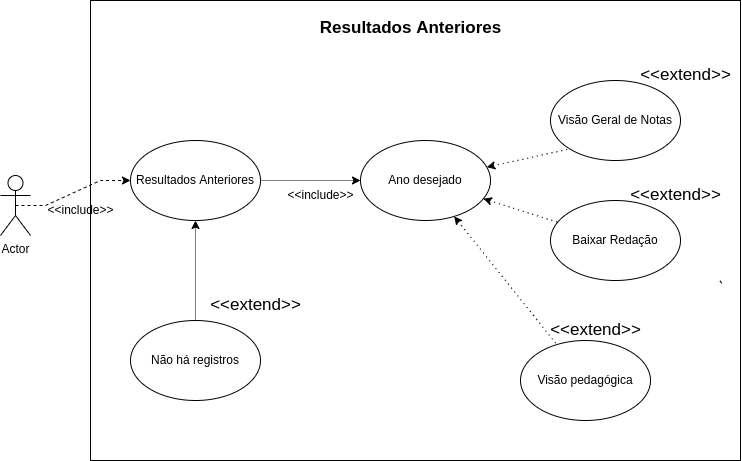
Before: docs/modelagem/img/resultado_anteriores.drawio.png, a diagram exported from draw.io (jackesfonseca/2021.2-ENEM). Source tidied: cells renumbered, new cells last; positions are measured from the earlier drawing's top-left corner, leaving out a move shared by most shapes.
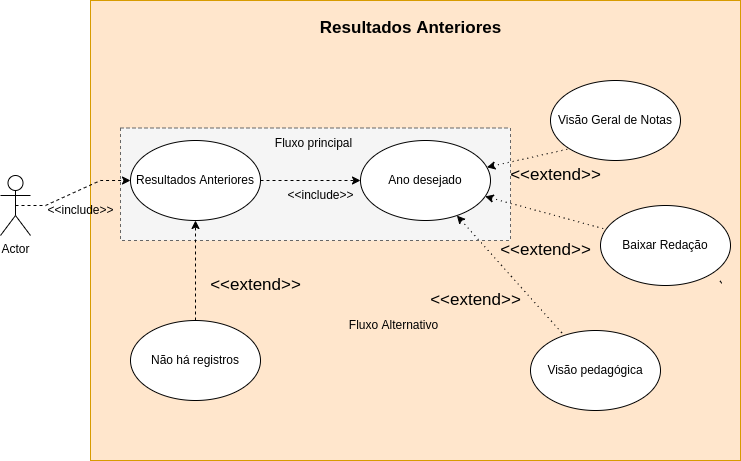
The same diagram one commit later.

Commit message:
✨ feat: added new diagram(use case) of previous result

What changed in the source:
```diff
@@ -2,9 +2,12 @@
   <root>
     <mxCell id="0" />
     <mxCell id="1" parent="0" />
-    <mxCell id="2" style="rounded=0;whiteSpace=wrap;html=1;" parent="1" vertex="1">
+    <mxCell id="2" style="rounded=0;whiteSpace=wrap;html=1;fillColor=#ffe6cc;strokeColor=#d79b00;" parent="1" vertex="1">
       <mxGeometry x="90" width="650" height="460" as="geometry" />
     </mxCell>
+    <mxCell id="25" style="rounded=0;whiteSpace=wrap;html=1;dashed=1;fillColor=#f5f5f5;fontColor=#333333;strokeColor=#666666;" parent="1" vertex="1">
+      <mxGeometry x="120" y="127.5" width="390" height="112.5" as="geometry" />
+    </mxCell>
     <mxCell id="3" value="&lt;meta charset=&quot;utf-8&quot;&gt;&lt;span&gt;&lt;/span&gt;" style="text;whiteSpace=wrap;html=1;" parent="1" vertex="1">
       <mxGeometry x="250" y="210" width="10" height="30" as="geometry" />
     </mxCell>
@@ -19,7 +22,7 @@
     <mxCell id="6" value="&amp;lt;&amp;lt;include&amp;gt;&amp;gt;" style="text;html=1;align=center;verticalAlign=middle;fillColor=none;strokeColor=none;rounded=0;" parent="1" vertex="1">
       <mxGeometry x="40" y="200" width="80" height="20" as="geometry" />
     </mxCell>
-    <mxCell id="7" style="edgeStyle=orthogonalEdgeStyle;rounded=0;jettySize=auto;html=1;entryX=0;entryY=0.5;entryDx=0;entryDy=0;fontSize=17;dashed=1;dashPattern=1 1;" parent="1" edge="1" source="8" target="14">
+    <mxCell id="7" style="edgeStyle=orthogonalEdgeStyle;rounded=0;jettySize=auto;html=1;entryX=0;entryY=0.5;entryDx=0;entryDy=0;fontSize=17;dashed=1;" parent="1" edge="1" source="8" target="14">
       <mxGeometry relative="1" as="geometry" />
     </mxCell>
     <mxCell id="8" value="Resultados Anteriores" style="ellipse;whiteSpace=wrap;html=1;" parent="1" vertex="1">
@@ -46,35 +49,41 @@
     <mxCell id="14" value="Ano desejado" style="ellipse;whiteSpace=wrap;html=1;" parent="1" vertex="1">
       <mxGeometry x="360" y="140" width="130" height="80" as="geometry" />
     </mxCell>
-    <mxCell id="15" style="edgeStyle=orthogonalEdgeStyle;rounded=0;jettySize=auto;html=1;entryX=0.5;entryY=1;entryDx=0;entryDy=0;dashed=1;dashPattern=1 1;fontSize=17;" parent="1" edge="1" source="16" target="8">
+    <mxCell id="15" style="edgeStyle=orthogonalEdgeStyle;rounded=0;jettySize=auto;html=1;entryX=0.5;entryY=1;entryDx=0;entryDy=0;dashed=1;fontSize=17;" parent="1" edge="1" source="16" target="8">
       <mxGeometry relative="1" as="geometry" />
     </mxCell>
     <mxCell id="16" value="Não há registros" style="ellipse;whiteSpace=wrap;html=1;" parent="1" vertex="1">
       <mxGeometry x="130" y="320" width="130" height="80" as="geometry" />
     </mxCell>
     <mxCell id="17" value="&amp;lt;&amp;lt;extend&amp;gt;&amp;gt;" style="text;html=1;align=center;verticalAlign=middle;fillColor=none;strokeColor=none;rounded=0;fontSize=17;" parent="1" vertex="1">
-      <mxGeometry x="200" y="290" width="110" height="30" as="geometry" />
+      <mxGeometry x="200" y="270" width="110" height="30" as="geometry" />
     </mxCell>
     <mxCell id="18" value="Visão Geral de Notas" style="ellipse;whiteSpace=wrap;html=1;" parent="1" vertex="1">
       <mxGeometry x="550" y="80" width="130" height="80" as="geometry" />
     </mxCell>
     <mxCell id="19" value="Baixar Redação" style="ellipse;whiteSpace=wrap;html=1;" parent="1" vertex="1">
-      <mxGeometry x="550" y="200" width="130" height="80" as="geometry" />
+      <mxGeometry x="600" y="205" width="130" height="80" as="geometry" />
     </mxCell>
     <mxCell id="20" value="Visão pedagógica" style="ellipse;whiteSpace=wrap;html=1;" parent="1" vertex="1">
-      <mxGeometry x="520" y="340" width="130" height="80" as="geometry" />
+      <mxGeometry x="530" y="330" width="130" height="80" as="geometry" />
     </mxCell>
     <mxCell id="21" value="&amp;lt;&amp;lt;extend&amp;gt;&amp;gt;" style="text;html=1;align=center;verticalAlign=middle;fillColor=none;strokeColor=none;rounded=0;fontSize=17;" parent="1" vertex="1">
-      <mxGeometry x="540" y="315" width="110" height="30" as="geometry" />
+      <mxGeometry x="420" y="285" width="110" height="30" as="geometry" />
     </mxCell>
     <mxCell id="22" value="&amp;lt;&amp;lt;extend&amp;gt;&amp;gt;" style="text;html=1;align=center;verticalAlign=middle;fillColor=none;strokeColor=none;rounded=0;fontSize=17;" parent="1" vertex="1">
-      <mxGeometry x="620" y="180" width="110" height="30" as="geometry" />
+      <mxGeometry x="490" y="235" width="110" height="30" as="geometry" />
     </mxCell>
     <mxCell id="23" value="&amp;lt;&amp;lt;extend&amp;gt;&amp;gt;" style="text;html=1;align=center;verticalAlign=middle;fillColor=none;strokeColor=none;rounded=0;fontSize=17;" parent="1" vertex="1">
-      <mxGeometry x="630" y="60" width="110" height="30" as="geometry" />
+      <mxGeometry x="500" y="160" width="110" height="30" as="geometry" />
     </mxCell>
     <mxCell id="24" value="&amp;lt;&amp;lt;include&amp;gt;&amp;gt;" style="text;html=1;align=center;verticalAlign=middle;fillColor=none;strokeColor=none;rounded=0;" parent="1" vertex="1">
       <mxGeometry x="280" y="185" width="80" height="20" as="geometry" />
     </mxCell>
+    <mxCell id="26" value="Fluxo principal" style="text;html=1;strokeColor=none;fillColor=none;align=center;verticalAlign=middle;whiteSpace=wrap;rounded=0;dashed=1;" parent="1" vertex="1">
+      <mxGeometry x="260" y="127.5" width="107" height="30" as="geometry" />
+    </mxCell>
+    <mxCell id="27" value="Fluxo Alternativo" style="text;html=1;strokeColor=none;fillColor=none;align=center;verticalAlign=middle;whiteSpace=wrap;rounded=0;dashed=1;" parent="1" vertex="1">
+      <mxGeometry x="340" y="310" width="107" height="30" as="geometry" />
+    </mxCell>
   </root>
 </mxGraphModel>
```
